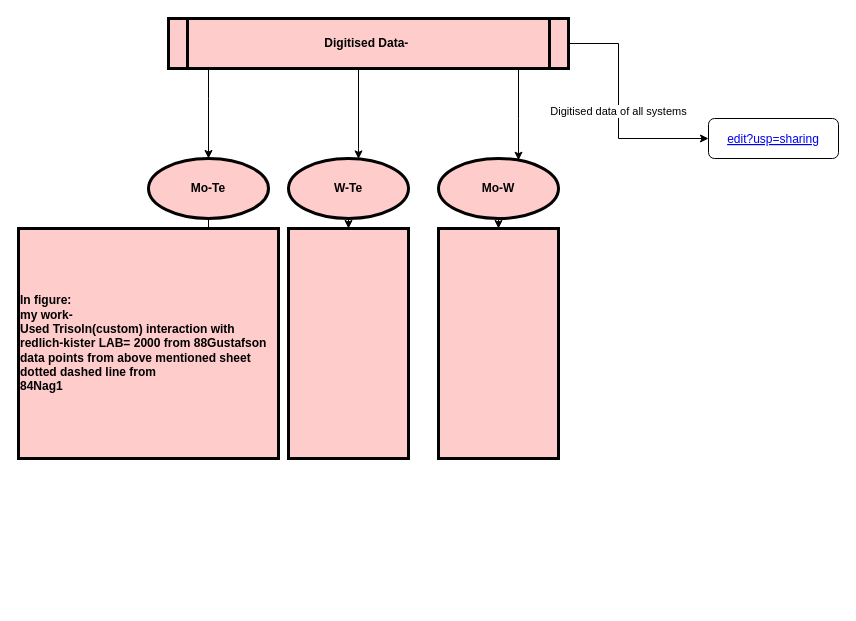
The draw.io diagram project workflow.drawio in Shreyamkmr/MTPgraphs, before the edit. Source tidied: cells renumbered, new cells numbered last; positions are measured from the earlier drawing's top-left corner, leaving out a move shared by most shapes. Both pictures are drawn from the tidied source at 100%, with x=0, y=0 at pixel (18, 18).
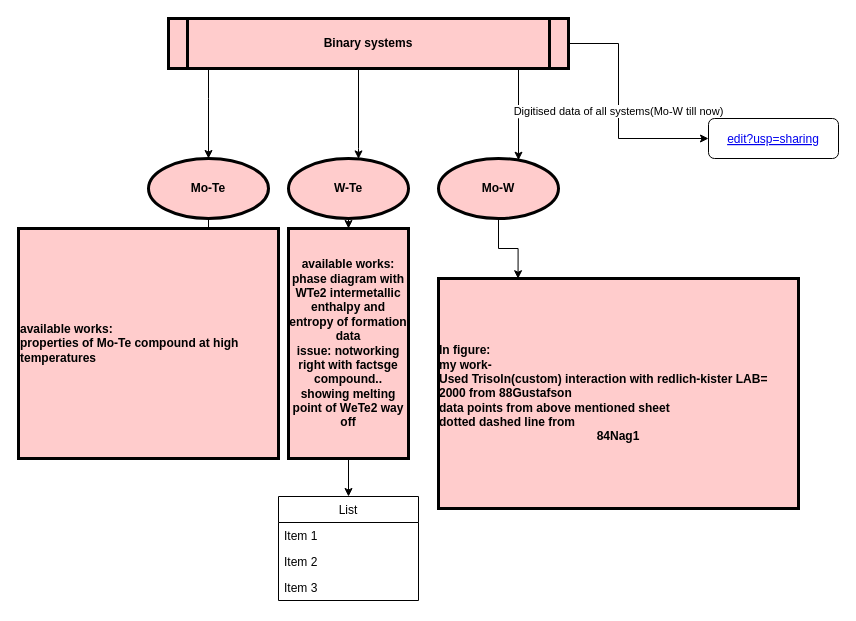
Above is the later version.

Unchanged cells that the change refers to:
```xml
<mxCell id="13" value="Mo-W" style="ellipse;whiteSpace=wrap;html=1;fontStyle=1;strokeWidth=3;fillColor=#FFCCCC;" parent="1" vertex="1">
  <mxGeometry x="420" y="140" width="120" height="60" as="geometry" />
</mxCell>
<mxCell id="17" value="edit?usp=sharing" style="fontColor=#0000EE;fontStyle=4;rounded=1;overflow=hidden;spacing=10;" parent="1" vertex="1">
  <mxGeometry x="690" y="100" width="130" height="40" as="geometry" />
</mxCell>
```

What changed in the source:
```diff
@@
-    <mxCell id="5" value="Digitised data of all systems&lt;br&gt;" style="edgeStyle=orthogonalEdgeStyle;rounded=0;jettySize=auto;html=1;entryX=0;entryY=0.5;entryDx=0;entryDy=0;" parent="1" edge="1" source="6" target="17">
+    <mxCell id="5" value="Digitised data of all systems(Mo-W till now)&lt;br&gt;" style="edgeStyle=orthogonalEdgeStyle;rounded=0;jettySize=auto;html=1;entryX=0;entryY=0.5;entryDx=0;entryDy=0;" parent="1" edge="1" source="6" target="17">
       <mxGeometry relative="1" as="geometry">
         <Array as="points">
           <mxPoint x="600" y="25" />
           <mxPoint x="600" y="120" />
         </Array>
       </mxGeometry>
     </mxCell>
-    <mxCell id="6" value="Digitised Data- " style="shape=process;whiteSpace=wrap;align=center;verticalAlign=middle;size=0.0475;fontStyle=1;strokeWidth=3;fillColor=#FFCCCC;" parent="1" vertex="1">
+    <mxCell id="6" value="Binary systems" style="shape=process;whiteSpace=wrap;align=center;verticalAlign=middle;size=0.0475;fontStyle=1;strokeWidth=3;fillColor=#FFCCCC;" parent="1" vertex="1">
       <mxGeometry x="150" width="400" height="50" as="geometry" />
     </mxCell>
@@
-    <mxCell id="12" style="edgeStyle=orthogonalEdgeStyle;rounded=0;jettySize=auto;html=1;" parent="1" edge="1" source="13" target="16">
+    <mxCell id="12" style="edgeStyle=orthogonalEdgeStyle;rounded=0;jettySize=auto;html=1;entryX=0.221;entryY=0.001;entryDx=0;entryDy=0;entryPerimeter=0;" parent="1" edge="1" source="13" target="16">
       <mxGeometry relative="1" as="geometry" />
     </mxCell>
@@
-    <mxCell id="14" value="&lt;div&gt;In figure:&lt;/div&gt;&lt;div&gt;my work-&lt;/div&gt;&lt;div&gt;Used Trisoln(custom) interaction with redlich-kister L&lt;span&gt;AB= 2000 from 88Gustafson&lt;/span&gt;&lt;/div&gt;&lt;div&gt;&lt;span&gt;data points from above mentioned sheet&lt;/span&gt;&lt;/div&gt;&lt;div&gt;&lt;span&gt;dotted dashed line from&amp;nbsp;&lt;/span&gt;&lt;/div&gt;84Nag1" style="whiteSpace=wrap;html=1;fontStyle=1;strokeWidth=3;fillColor=#FFCCCC;align=left;" parent="1" vertex="1">
+    <mxCell id="14" value="available works:&lt;br&gt;properties of Mo-Te compound at high temperatures&lt;br&gt;&lt;div&gt;&lt;/div&gt;" style="whiteSpace=wrap;html=1;fontStyle=1;strokeWidth=3;fillColor=#FFCCCC;align=left;" parent="1" vertex="1">
       <mxGeometry y="210" width="260" height="230" as="geometry" />
     </mxCell>
+    <mxCell id="18" style="edgeStyle=orthogonalEdgeStyle;rounded=0;jettySize=auto;html=1;" parent="1" edge="1" source="15" target="19">
+      <mxGeometry relative="1" as="geometry" />
+    </mxCell>
-    <mxCell id="15" style="whiteSpace=wrap;html=1;fontStyle=1;strokeWidth=3;fillColor=#FFCCCC;" parent="1" vertex="1">
+    <mxCell id="15" value="available works:&lt;br&gt;phase diagram with WTe2 intermetallic enthalpy and entropy of formation data&lt;br&gt;issue: notworking right with factsge compound.. showing melting point of WeTe2 way off" style="whiteSpace=wrap;html=1;fontStyle=1;strokeWidth=3;fillColor=#FFCCCC;" parent="1" vertex="1">
       <mxGeometry x="270" y="210" width="120" height="230" as="geometry" />
     </mxCell>
-    <mxCell id="16" style="whiteSpace=wrap;html=1;fontStyle=1;strokeWidth=3;fillColor=#FFCCCC;" parent="1" vertex="1">
-      <mxGeometry x="420" y="210" width="120" height="230" as="geometry" />
+    <mxCell id="16" value="&lt;div style=&quot;text-align: left&quot;&gt;In figure:&lt;/div&gt;&lt;div style=&quot;text-align: left&quot;&gt;my work-&lt;/div&gt;&lt;div style=&quot;text-align: left&quot;&gt;Used Trisoln(custom) interaction with redlich-kister LAB= 2000 from 88Gustafson&lt;/div&gt;&lt;div style=&quot;text-align: left&quot;&gt;data points from above mentioned sheet&lt;/div&gt;&lt;div style=&quot;text-align: left&quot;&gt;dotted dashed line from&amp;nbsp;&lt;/div&gt;&lt;span style=&quot;text-align: left&quot;&gt;84Nag1&lt;/span&gt;" style="whiteSpace=wrap;html=1;fontStyle=1;strokeWidth=3;fillColor=#FFCCCC;" parent="1" vertex="1">
+      <mxGeometry x="420" y="260" width="360" height="230" as="geometry" />
     </mxCell>
@@
+    <mxCell id="19" value="List" style="swimlane;fontStyle=0;horizontal=1;startSize=26;" parent="1" vertex="1">
+      <mxGeometry x="260" y="478" width="140" height="104" as="geometry" />
+    </mxCell>
+    <mxCell id="20" value="Item 1" style="text;strokeColor=none;fillColor=none;align=left;verticalAlign=top;spacingLeft=4;spacingRight=4;overflow=hidden;" parent="19" vertex="1">
+      <mxGeometry y="26" width="140" height="26" as="geometry" />
+    </mxCell>
+    <mxCell id="21" value="Item 2" style="text;strokeColor=none;fillColor=none;align=left;verticalAlign=top;spacingLeft=4;spacingRight=4;overflow=hidden;" parent="19" vertex="1">
+      <mxGeometry y="52" width="140" height="26" as="geometry" />
+    </mxCell>
+    <mxCell id="22" value="Item 3" style="text;strokeColor=none;fillColor=none;align=left;verticalAlign=top;spacingLeft=4;spacingRight=4;overflow=hidden;" parent="19" vertex="1">
+      <mxGeometry y="78" width="140" height="26" as="geometry" />
+    </mxCell>
```
